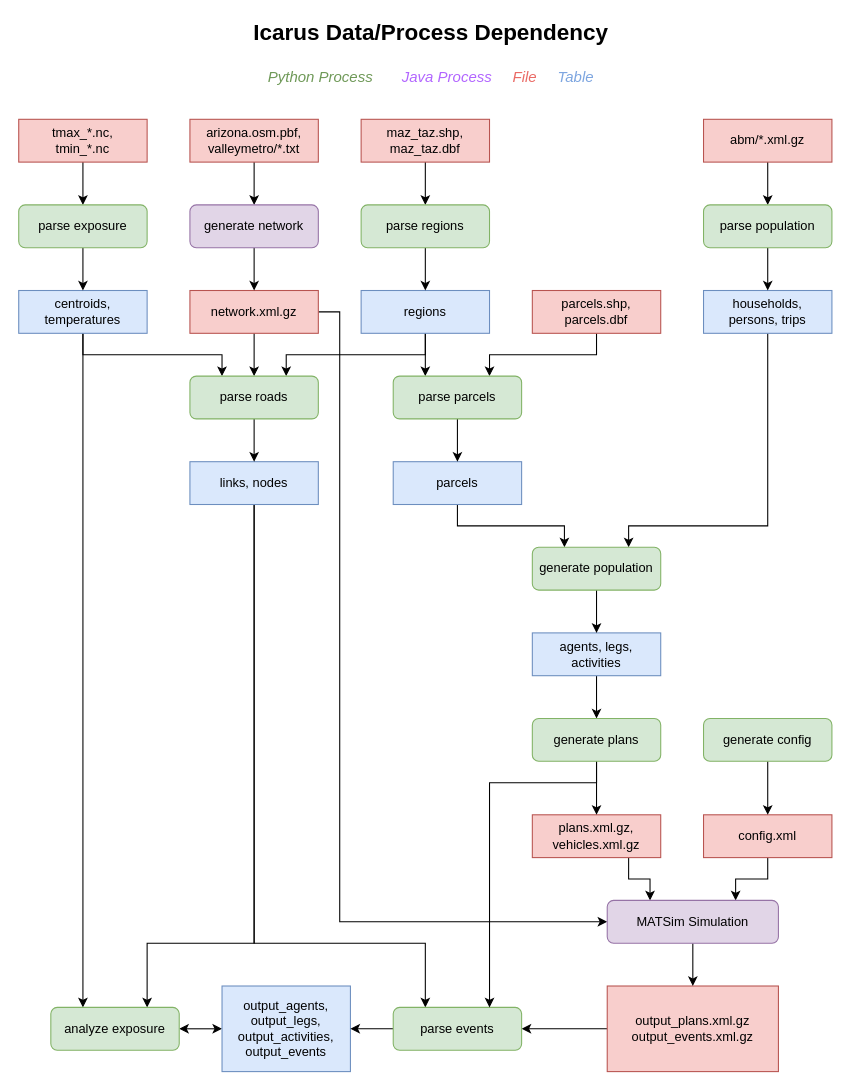
This is docs/diagrams.drawio from ChesterIcarus/DataProcessing, a draw.io file, before an edit. Source tidied: cells renumbered, new cells numbered last; positions are measured from the earlier drawing's top-left corner, leaving out a move shared by most shapes. Both pictures are drawn from the tidied source at 107%, with x=0, y=0 at pixel (18, 20).
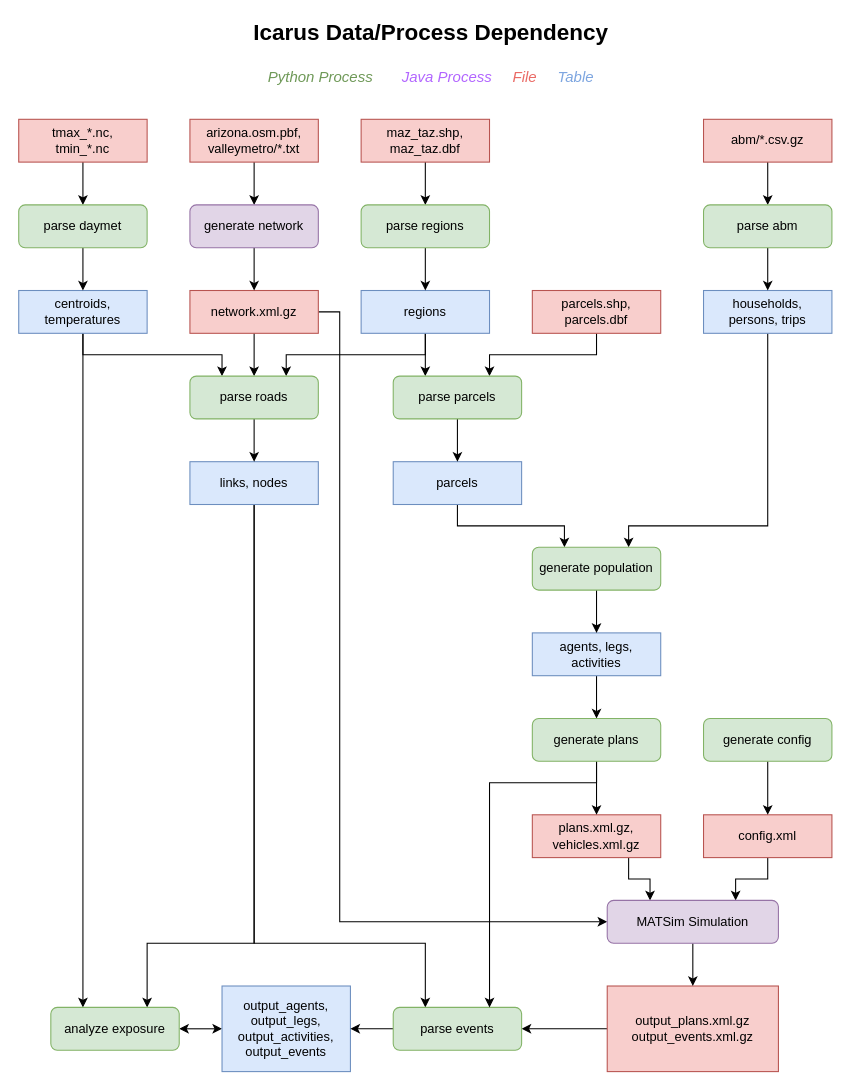
Above is the later version.

Commit message (it also covers changes not shown here):
update to dependency diagram after refectoring processes

Diff of the diagram source:
```diff
@@
-    <mxCell id="37" value="&lt;div&gt;abm/*.xml.gz&lt;br&gt;&lt;/div&gt;" style="rounded=0;whiteSpace=wrap;html=1;fillColor=#f8cecc;strokeColor=#b85450;" parent="1" vertex="1">
+    <mxCell id="37" value="&lt;div&gt;abm/*.csv.gz&lt;br&gt;&lt;/div&gt;" style="rounded=0;whiteSpace=wrap;html=1;fillColor=#f8cecc;strokeColor=#b85450;" parent="1" vertex="1">
       <mxGeometry x="640" y="92" width="120" height="40" as="geometry" />
     </mxCell>
@@
-    <mxCell id="44" value="&lt;div&gt;parse exposure&lt;/div&gt;" style="rounded=1;whiteSpace=wrap;html=1;fillColor=#d5e8d4;strokeColor=#82b366;" parent="1" vertex="1">
+    <mxCell id="44" value="&lt;div&gt;parse daymet&lt;/div&gt;" style="rounded=1;whiteSpace=wrap;html=1;fillColor=#d5e8d4;strokeColor=#82b366;" parent="1" vertex="1">
       <mxGeometry y="172" width="120" height="40" as="geometry" />
     </mxCell>
@@
-    <mxCell id="50" value="parse population" style="rounded=1;whiteSpace=wrap;html=1;fillColor=#d5e8d4;strokeColor=#82b366;" parent="1" vertex="1">
+    <mxCell id="50" value="parse abm" style="rounded=1;whiteSpace=wrap;html=1;fillColor=#d5e8d4;strokeColor=#82b366;" parent="1" vertex="1">
       <mxGeometry x="640" y="172" width="120" height="40" as="geometry" />
     </mxCell>
```
